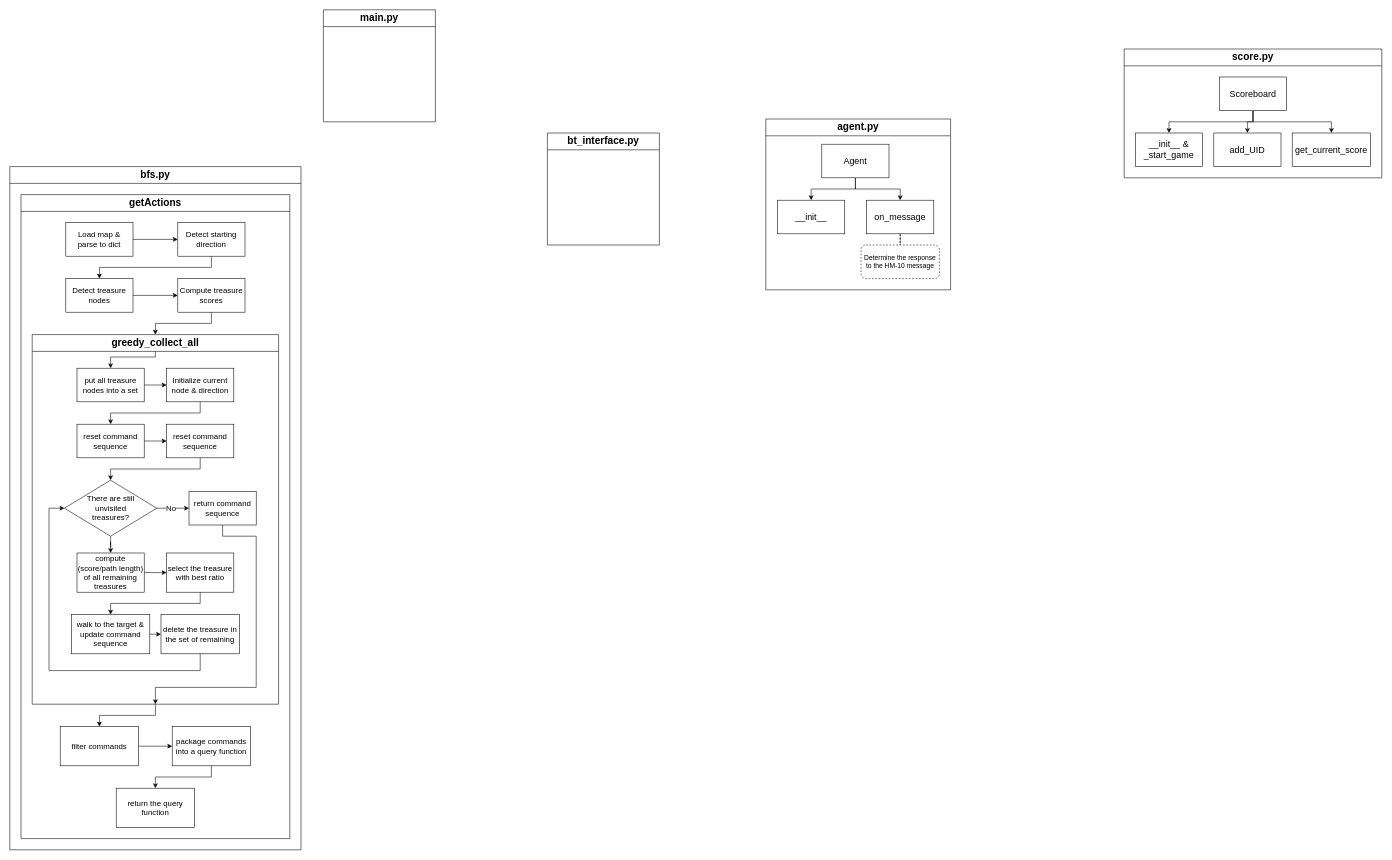
This is carcar_architecture_python.drawio from yeeeeeeting/CarcarCodes, a draw.io file, before an edit. Source tidied: cells renumbered, new cells numbered last; positions are measured from the earlier drawing's top-left corner, leaving out a move shared by most shapes. Both pictures are drawn from the tidied source at 56%, with x=0, y=0 at pixel (10, 10).
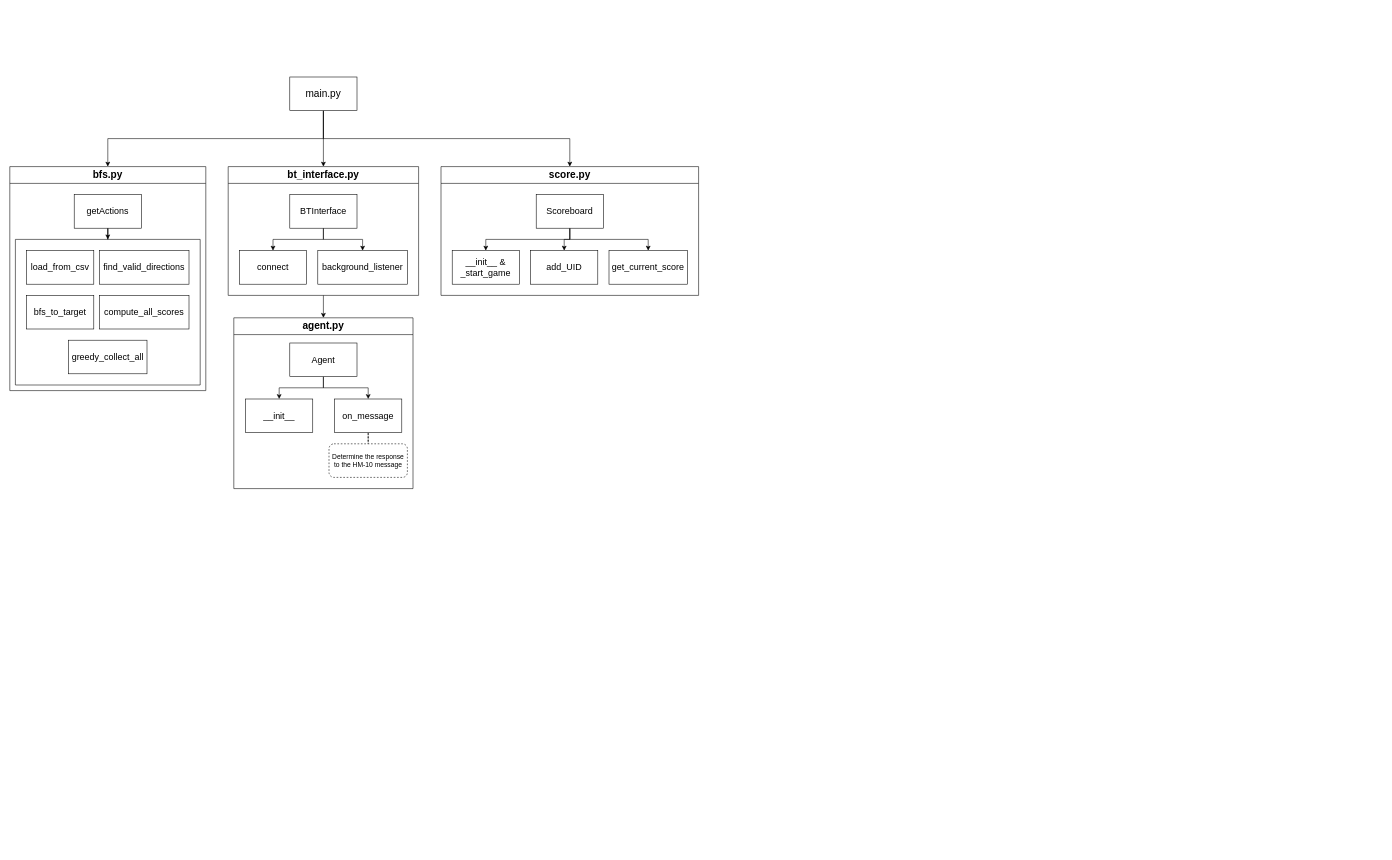
The same page after the edit.

Change to the diagram source:
```diff
@@
-    <mxCell id="2" value="&lt;font style=&quot;font-size: 18px;&quot;&gt;main.py&lt;/font&gt;" style="swimlane;whiteSpace=wrap;html=1;startSize=30;" parent="1" vertex="1">
-      <mxGeometry x="560" width="200" height="200" as="geometry" />
-    </mxCell>
+    <mxCell id="60" style="edgeStyle=orthogonalEdgeStyle;rounded=0;jettySize=auto;html=1;entryX=0.5;entryY=0;entryDx=0;entryDy=0;exitX=0.5;exitY=1;exitDx=0;exitDy=0;" parent="1" edge="1" source="3" target="44">
+      <mxGeometry relative="1" as="geometry" />
+    </mxCell>
     <mxCell id="3" value="&lt;font style=&quot;font-size: 18px;&quot;&gt;bt_interface.py&lt;/font&gt;" style="swimlane;whiteSpace=wrap;html=1;startSize=30;" parent="1" vertex="1">
-      <mxGeometry x="960" y="220" width="200" height="200" as="geometry" />
+      <mxGeometry x="390" y="280" width="340" height="230" as="geometry" />
     </mxCell>
+    <mxCell id="61" style="edgeStyle=orthogonalEdgeStyle;rounded=0;jettySize=auto;html=1;entryX=0.5;entryY=0;entryDx=0;entryDy=0;exitX=0.5;exitY=1;exitDx=0;exitDy=0;" parent="3" edge="1" source="63" target="64">
+      <mxGeometry relative="1" as="geometry" />
+    </mxCell>
+    <mxCell id="62" style="edgeStyle=orthogonalEdgeStyle;rounded=0;jettySize=auto;html=1;entryX=0.5;entryY=0;entryDx=0;entryDy=0;exitX=0.5;exitY=1;exitDx=0;exitDy=0;" parent="3" edge="1" source="63" target="65">
+      <mxGeometry relative="1" as="geometry" />
+    </mxCell>
+    <mxCell id="63" value="&lt;font style=&quot;font-size: 16px;&quot;&gt;BTInterface&lt;/font&gt;" style="rounded=0;whiteSpace=wrap;html=1;" parent="3" vertex="1">
+      <mxGeometry x="110" y="50" width="120" height="60" as="geometry" />
+    </mxCell>
+    <mxCell id="64" value="&lt;span style=&quot;font-size: 16px;&quot;&gt;connect&lt;/span&gt;" style="rounded=0;whiteSpace=wrap;html=1;" parent="3" vertex="1">
+      <mxGeometry x="20" y="150" width="120" height="60" as="geometry" />
+    </mxCell>
+    <mxCell id="65" value="&lt;span style=&quot;font-size: 16px;&quot;&gt;background_listener&lt;/span&gt;" style="rounded=0;whiteSpace=wrap;html=1;" parent="3" vertex="1">
+      <mxGeometry x="160" y="150" width="160" height="60" as="geometry" />
+    </mxCell>
     <mxCell id="4" value="&lt;font style=&quot;font-size: 18px;&quot;&gt;bfs.py&lt;/font&gt;" style="swimlane;whiteSpace=wrap;html=1;startSize=30;" parent="1" vertex="1">
-      <mxGeometry y="280" width="520" height="1220" as="geometry" />
+      <mxGeometry y="280" width="350" height="400" as="geometry" />
     </mxCell>
+    <mxCell id="66" style="edgeStyle=orthogonalEdgeStyle;rounded=0;jettySize=auto;html=1;entryX=0.5;entryY=0;entryDx=0;entryDy=0;" parent="4" edge="1" source="5" target="67">
+      <mxGeometry relative="1" as="geometry" />
+    </mxCell>
-    <mxCell id="5" value="&lt;font style=&quot;font-size: 18px;&quot;&gt;getActions&lt;/font&gt;" style="swimlane;whiteSpace=wrap;html=1;startSize=30;" parent="4" vertex="1">
-      <mxGeometry x="20" y="50" width="480" height="1150" as="geometry" />
+    <mxCell id="5" value="&lt;font style=&quot;font-size: 16px;&quot;&gt;getActions&lt;/font&gt;" style="rounded=0;whiteSpace=wrap;html=1;" parent="4" vertex="1">
+      <mxGeometry x="115" y="50" width="120" height="60" as="geometry" />
     </mxCell>
-    <mxCell id="6" style="edgeStyle=orthogonalEdgeStyle;rounded=0;jettySize=auto;html=1;exitX=1;exitY=0.5;exitDx=0;exitDy=0;entryX=0;entryY=0.5;entryDx=0;entryDy=0;" parent="5" edge="1" source="7" target="9">
-      <mxGeometry relative="1" as="geometry" />
-    </mxCell>
-    <mxCell id="7" value="Load map &amp;amp;&lt;div&gt;parse to dict&lt;/div&gt;" style="rounded=0;whiteSpace=wrap;html=1;fontSize=14;" parent="5" vertex="1">
-      <mxGeometry x="80" y="50" width="120" height="60" as="geometry" />
-    </mxCell>
-    <mxCell id="8" style="edgeStyle=orthogonalEdgeStyle;rounded=0;jettySize=auto;html=1;exitX=0.5;exitY=1;exitDx=0;exitDy=0;entryX=0.5;entryY=0;entryDx=0;entryDy=0;" parent="5" edge="1" source="9" target="11">
-      <mxGeometry relative="1" as="geometry" />
-    </mxCell>
-    <mxCell id="9" value="Detect starting&lt;br&gt;direction" style="rounded=0;whiteSpace=wrap;html=1;fontSize=14;" parent="5" vertex="1">
-      <mxGeometry x="280" y="50" width="120" height="60" as="geometry" />
-    </mxCell>
-    <mxCell id="10" style="edgeStyle=orthogonalEdgeStyle;rounded=0;jettySize=auto;html=1;exitX=1;exitY=0.5;exitDx=0;exitDy=0;entryX=0;entryY=0.5;entryDx=0;entryDy=0;" parent="5" edge="1" source="11" target="13">
-      <mxGeometry relative="1" as="geometry" />
-    </mxCell>
-    <mxCell id="11" value="Detect treasure&lt;br&gt;nodes" style="rounded=0;whiteSpace=wrap;html=1;fontSize=14;" parent="5" vertex="1">
-      <mxGeometry x="80" y="150" width="120" height="60" as="geometry" />
-    </mxCell>
-    <mxCell id="12" style="edgeStyle=orthogonalEdgeStyle;rounded=0;jettySize=auto;html=1;entryX=0.5;entryY=0;entryDx=0;entryDy=0;" parent="5" edge="1" source="13" target="15">
-      <mxGeometry relative="1" as="geometry" />
-    </mxCell>
-    <mxCell id="13" value="Compute treasure&lt;br&gt;scores" style="rounded=0;whiteSpace=wrap;html=1;fontSize=14;" parent="5" vertex="1">
-      <mxGeometry x="280" y="150" width="120" height="60" as="geometry" />
-    </mxCell>
-    <mxCell id="14" style="edgeStyle=orthogonalEdgeStyle;rounded=0;jettySize=auto;html=1;" parent="5" edge="1" source="15" target="40">
-      <mxGeometry relative="1" as="geometry" />
-    </mxCell>
+    <mxCell id="67" style="swimlane;startSize=0;" parent="4" vertex="1">
+      <mxGeometry x="10" y="130" width="330" height="260" as="geometry" />
+    </mxCell>
+    <mxCell id="68" value="&lt;font style=&quot;font-size: 16px;&quot;&gt;load_from_csv&lt;/font&gt;" style="rounded=0;whiteSpace=wrap;html=1;" parent="67" vertex="1">
+      <mxGeometry x="20" y="20" width="120" height="60" as="geometry" />
+    </mxCell>
+    <mxCell id="69" value="&lt;font style=&quot;font-size: 16px;&quot;&gt;find_valid_directions&lt;/font&gt;" style="rounded=0;whiteSpace=wrap;html=1;" parent="67" vertex="1">
+      <mxGeometry x="150" y="20" width="160" height="60" as="geometry" />
+    </mxCell>
+    <mxCell id="70" value="&lt;font style=&quot;font-size: 16px;&quot;&gt;bfs_to_target&lt;/font&gt;" style="rounded=0;whiteSpace=wrap;html=1;" parent="67" vertex="1">
+      <mxGeometry x="20" y="100" width="120" height="60" as="geometry" />
+    </mxCell>
+    <mxCell id="71" value="&lt;font style=&quot;font-size: 16px;&quot;&gt;compute_all_scores&lt;/font&gt;" style="rounded=0;whiteSpace=wrap;html=1;" parent="67" vertex="1">
+      <mxGeometry x="150" y="100" width="160" height="60" as="geometry" />
+    </mxCell>
-    <mxCell id="15" value="&lt;span style=&quot;font-size: 18px;&quot;&gt;greedy_collect_all&lt;/span&gt;" style="swimlane;whiteSpace=wrap;html=1;startSize=30;" parent="5" vertex="1">
-      <mxGeometry x="20" y="250" width="440" height="660" as="geometry" />
+    <mxCell id="15" value="&lt;font style=&quot;font-size: 16px;&quot;&gt;greedy_collect_all&lt;/font&gt;" style="rounded=0;whiteSpace=wrap;html=1;" parent="67" vertex="1">
+      <mxGeometry x="95" y="180" width="140" height="60" as="geometry" />
     </mxCell>
-    <mxCell id="16" style="edgeStyle=orthogonalEdgeStyle;rounded=0;jettySize=auto;html=1;exitX=1;exitY=0.5;exitDx=0;exitDy=0;entryX=0;entryY=0.5;entryDx=0;entryDy=0;" parent="15" edge="1" source="17" target="19">
-      <mxGeometry relative="1" as="geometry" />
-    </mxCell>
-    <mxCell id="17" value="put all treasure nodes into a set" style="rounded=0;whiteSpace=wrap;html=1;fontSize=14;" parent="15" vertex="1">
-      <mxGeometry x="80" y="60" width="120" height="60" as="geometry" />
-    </mxCell>
-    <mxCell id="18" style="edgeStyle=orthogonalEdgeStyle;rounded=0;jettySize=auto;html=1;exitX=0.5;exitY=1;exitDx=0;exitDy=0;" parent="15" edge="1" source="19" target="21">
-      <mxGeometry relative="1" as="geometry" />
-    </mxCell>
-    <mxCell id="19" value="Initialize current node &amp;amp; direction" style="rounded=0;whiteSpace=wrap;html=1;fontSize=14;" parent="15" vertex="1">
-      <mxGeometry x="240" y="60" width="120" height="60" as="geometry" />
-    </mxCell>
-    <mxCell id="20" style="edgeStyle=orthogonalEdgeStyle;rounded=0;jettySize=auto;html=1;entryX=0;entryY=0.5;entryDx=0;entryDy=0;exitX=1;exitY=0.5;exitDx=0;exitDy=0;" parent="15" edge="1" source="21" target="22">
-      <mxGeometry relative="1" as="geometry" />
-    </mxCell>
-    <mxCell id="21" value="reset command sequence" style="rounded=0;whiteSpace=wrap;html=1;fontSize=14;" parent="15" vertex="1">
-      <mxGeometry x="80" y="160" width="120" height="60" as="geometry" />
-    </mxCell>
-    <mxCell id="22" value="reset command sequence" style="rounded=0;whiteSpace=wrap;html=1;fontSize=14;" parent="15" vertex="1">
-      <mxGeometry x="240" y="160" width="120" height="60" as="geometry" />
-    </mxCell>
-    <mxCell id="23" style="edgeStyle=orthogonalEdgeStyle;rounded=0;jettySize=auto;html=1;entryX=0.5;entryY=1;entryDx=0;entryDy=0;" parent="15" edge="1" source="24" target="15">
-      <mxGeometry relative="1" as="geometry">
-        <Array as="points">
-          <mxPoint x="340" y="360" />
-          <mxPoint x="400" y="360" />
-          <mxPoint x="400" y="630" />
-          <mxPoint x="220" y="630" />
-        </Array>
-      </mxGeometry>
-    </mxCell>
-    <mxCell id="24" value="return command sequence" style="whiteSpace=wrap;html=1;fontSize=14;rounded=0;" parent="15" vertex="1">
-      <mxGeometry x="280" y="280" width="120" height="60" as="geometry" />
-    </mxCell>
-    <mxCell id="25" style="edgeStyle=orthogonalEdgeStyle;rounded=0;jettySize=auto;html=1;" parent="15" edge="1" source="26" target="31">
-      <mxGeometry relative="1" as="geometry" />
-    </mxCell>
-    <mxCell id="26" value="There are still&lt;br&gt;unvisited&lt;br&gt;treasures?" style="rhombus;whiteSpace=wrap;html=1;fontSize=14;rounded=0;" parent="15" vertex="1">
-      <mxGeometry x="57.5" y="260" width="165" height="100" as="geometry" />
-    </mxCell>
-    <mxCell id="27" style="edgeStyle=orthogonalEdgeStyle;rounded=0;jettySize=auto;html=1;exitX=0.5;exitY=1;exitDx=0;exitDy=0;" parent="15" edge="1" source="22" target="26">
-      <mxGeometry relative="1" as="geometry" />
-    </mxCell>
-    <mxCell id="28" style="edgeStyle=orthogonalEdgeStyle;rounded=0;jettySize=auto;html=1;" parent="15" edge="1" source="26" target="24">
-      <mxGeometry relative="1" as="geometry" />
-    </mxCell>
-    <mxCell id="29" value="No" style="edgeLabel;html=1;align=center;verticalAlign=middle;fontSize=14;" parent="28" vertex="1">
-      <mxGeometry x="0.27" y="-2" relative="1" as="geometry">
-        <mxPoint x="-12" y="-2" as="offset" />
-      </mxGeometry>
-    </mxCell>
-    <mxCell id="30" style="edgeStyle=orthogonalEdgeStyle;rounded=0;jettySize=auto;html=1;exitX=1;exitY=0.5;exitDx=0;exitDy=0;entryX=0;entryY=0.5;entryDx=0;entryDy=0;" parent="15" edge="1" source="31" target="33">
-      <mxGeometry relative="1" as="geometry" />
-    </mxCell>
-    <mxCell id="31" value="compute (score/path length) of all remaining treasures" style="rounded=0;whiteSpace=wrap;html=1;fontSize=14;" parent="15" vertex="1">
-      <mxGeometry x="80" y="390" width="120" height="70" as="geometry" />
-    </mxCell>
-    <mxCell id="32" style="edgeStyle=orthogonalEdgeStyle;rounded=0;jettySize=auto;html=1;exitX=0.5;exitY=1;exitDx=0;exitDy=0;" parent="15" edge="1" source="33" target="35">
-      <mxGeometry relative="1" as="geometry" />
-    </mxCell>
-    <mxCell id="33" value="select the treasure with best ratio" style="rounded=0;whiteSpace=wrap;html=1;fontSize=14;" parent="15" vertex="1">
-      <mxGeometry x="240" y="390" width="120" height="70" as="geometry" />
-    </mxCell>
-    <mxCell id="34" style="edgeStyle=orthogonalEdgeStyle;rounded=0;jettySize=auto;html=1;exitX=1;exitY=0.5;exitDx=0;exitDy=0;entryX=0;entryY=0.5;entryDx=0;entryDy=0;" parent="15" edge="1" source="35" target="37">
-      <mxGeometry relative="1" as="geometry" />
-    </mxCell>
-    <mxCell id="35" value="walk to the target &amp;amp; update command sequence" style="rounded=0;whiteSpace=wrap;html=1;fontSize=14;" parent="15" vertex="1">
-      <mxGeometry x="70" y="500" width="140" height="70" as="geometry" />
-    </mxCell>
-    <mxCell id="36" style="edgeStyle=orthogonalEdgeStyle;rounded=0;jettySize=auto;html=1;exitX=0.5;exitY=1;exitDx=0;exitDy=0;entryX=0;entryY=0.5;entryDx=0;entryDy=0;" parent="15" edge="1" source="37" target="26">
-      <mxGeometry relative="1" as="geometry">
-        <Array as="points">
-          <mxPoint x="300" y="600" />
-          <mxPoint x="30" y="600" />
-          <mxPoint x="30" y="310" />
-        </Array>
-      </mxGeometry>
-    </mxCell>
-    <mxCell id="37" value="delete the treasure in the set of remaining" style="rounded=0;whiteSpace=wrap;html=1;fontSize=14;" parent="15" vertex="1">
-      <mxGeometry x="230" y="500" width="140" height="70" as="geometry" />
-    </mxCell>
-    <mxCell id="38" style="edgeStyle=orthogonalEdgeStyle;rounded=0;jettySize=auto;html=1;entryX=0.5;entryY=0;entryDx=0;entryDy=0;" parent="15" edge="1" target="17">
-      <mxGeometry relative="1" as="geometry">
-        <mxPoint x="220" y="30" as="sourcePoint" />
-        <Array as="points">
-          <mxPoint x="220" y="40" />
-          <mxPoint x="140" y="40" />
-        </Array>
-      </mxGeometry>
-    </mxCell>
-    <mxCell id="39" style="edgeStyle=orthogonalEdgeStyle;rounded=0;jettySize=auto;html=1;" parent="5" edge="1" source="40" target="42">
-      <mxGeometry relative="1" as="geometry" />
-    </mxCell>
-    <mxCell id="40" value="filter commands" style="rounded=0;whiteSpace=wrap;html=1;fontSize=14;" parent="5" vertex="1">
-      <mxGeometry x="70" y="950" width="140" height="70" as="geometry" />
-    </mxCell>
-    <mxCell id="41" style="edgeStyle=orthogonalEdgeStyle;rounded=0;jettySize=auto;html=1;" parent="5" edge="1" source="42" target="43">
-      <mxGeometry relative="1" as="geometry" />
-    </mxCell>
-    <mxCell id="42" value="package commands into a query function" style="rounded=0;whiteSpace=wrap;html=1;fontSize=14;" parent="5" vertex="1">
-      <mxGeometry x="270" y="950" width="140" height="70" as="geometry" />
-    </mxCell>
-    <mxCell id="43" value="return the query function" style="rounded=0;whiteSpace=wrap;html=1;fontSize=14;" parent="5" vertex="1">
-      <mxGeometry x="170" y="1060" width="140" height="70" as="geometry" />
-    </mxCell>
     <mxCell id="44" value="&lt;font style=&quot;font-size: 18px;&quot;&gt;agent.py&lt;/font&gt;" style="swimlane;whiteSpace=wrap;html=1;startSize=30;" parent="1" vertex="1">
-      <mxGeometry x="1350" y="195" width="330" height="305" as="geometry" />
+      <mxGeometry x="400" y="550" width="320" height="305" as="geometry" />
     </mxCell>
@@
     <mxCell id="52" value="&lt;font style=&quot;font-size: 18px;&quot;&gt;score.py&lt;/font&gt;" style="swimlane;whiteSpace=wrap;html=1;startSize=30;" parent="1" vertex="1">
-      <mxGeometry x="1990" y="70" width="460" height="230" as="geometry" />
+      <mxGeometry x="770" y="280" width="460" height="230" as="geometry" />
     </mxCell>
@@
+    <mxCell id="72" style="edgeStyle=orthogonalEdgeStyle;rounded=0;jettySize=auto;html=1;entryX=0.5;entryY=0;entryDx=0;entryDy=0;exitX=0.5;exitY=1;exitDx=0;exitDy=0;" parent="1" edge="1" source="2" target="4">
+      <mxGeometry relative="1" as="geometry" />
+    </mxCell>
+    <mxCell id="73" style="edgeStyle=orthogonalEdgeStyle;rounded=0;jettySize=auto;html=1;exitX=0.5;exitY=1;exitDx=0;exitDy=0;entryX=0.5;entryY=0;entryDx=0;entryDy=0;" parent="1" edge="1" source="2" target="52">
+      <mxGeometry relative="1" as="geometry" />
+    </mxCell>
+    <mxCell id="74" style="edgeStyle=orthogonalEdgeStyle;rounded=0;jettySize=auto;html=1;exitX=0.5;exitY=1;exitDx=0;exitDy=0;entryX=0.5;entryY=0;entryDx=0;entryDy=0;" parent="1" edge="1" source="2" target="3">
+      <mxGeometry relative="1" as="geometry" />
+    </mxCell>
+    <mxCell id="2" value="main.py" style="rounded=0;whiteSpace=wrap;html=1;fontSize=18;" parent="1" vertex="1">
+      <mxGeometry x="500" y="120" width="120" height="60" as="geometry" />
+    </mxCell>
```
